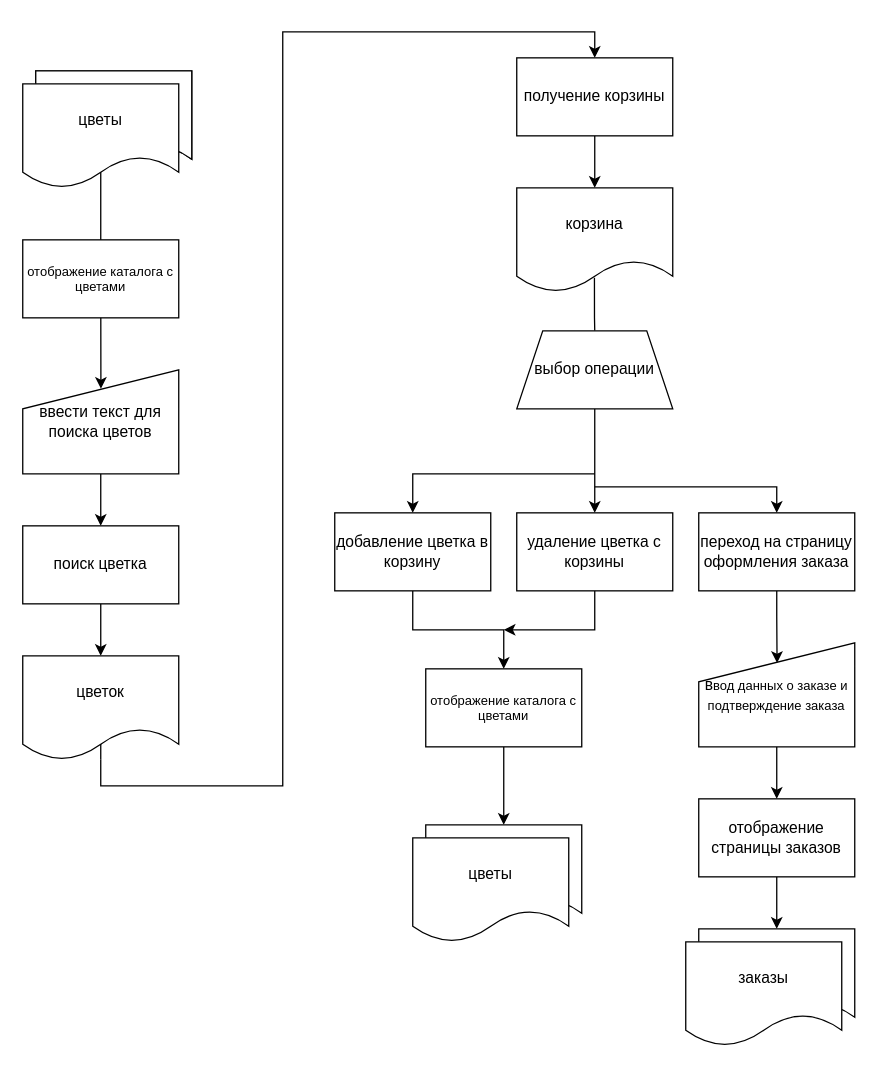
The draw.io diagram Docs/diagrams/схема_данных.drawio in nikail23/Diplom, before the edit. Source tidied: cells renumbered, new cells numbered last; positions are measured from the earlier drawing's top-left corner, leaving out a move shared by most shapes. Both pictures are drawn from the tidied source at 130%, with x=0, y=0 at pixel (22, 31).
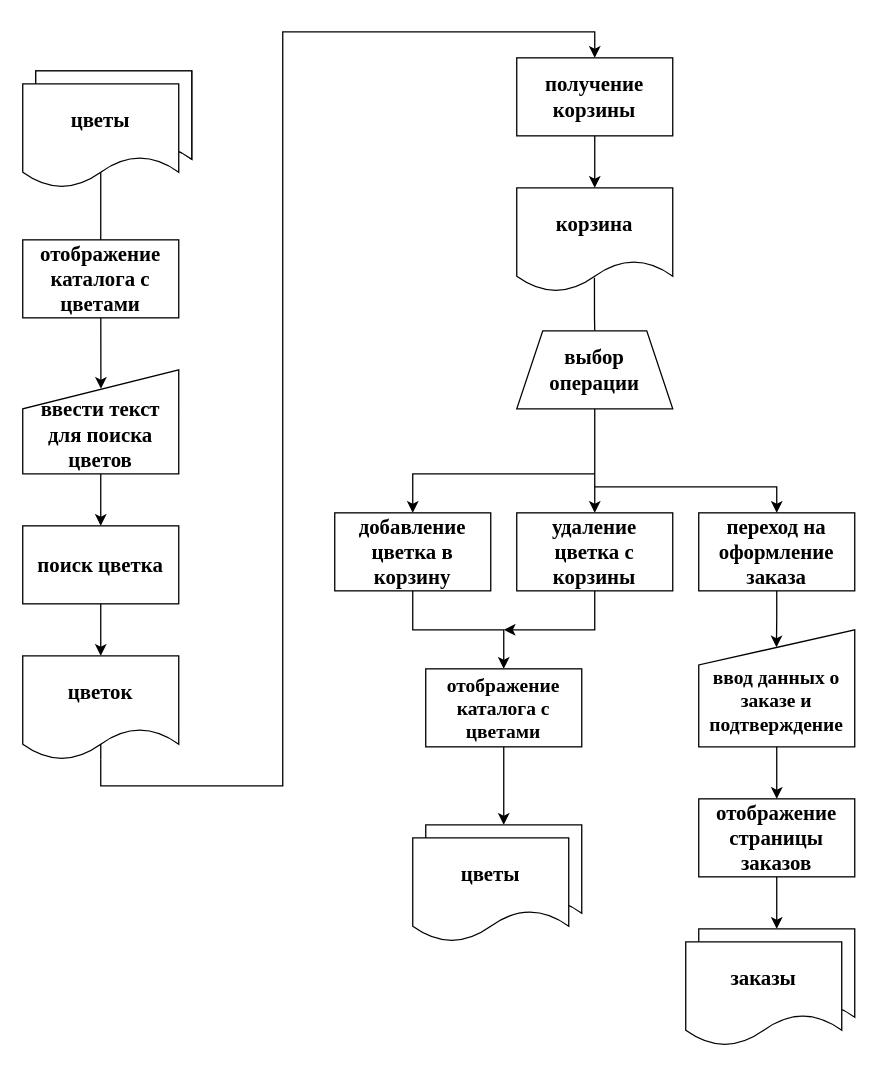
The same page after the edit.

The edit, as a diff of the source:
```diff
@@
-    <mxCell id="5" value="цветы" style="shape=document;whiteSpace=wrap;html=1;boundedLbl=1;" parent="1" vertex="1">
+    <mxCell id="5" value="&lt;font face=&quot;Times New Roman&quot; style=&quot;font-size: 16px&quot;&gt;&lt;b&gt;цветы&lt;/b&gt;&lt;/font&gt;" style="shape=document;whiteSpace=wrap;html=1;boundedLbl=1;" parent="1" vertex="1">
       <mxGeometry y="40" width="120" height="80" as="geometry" />
     </mxCell>
@@
-    <mxCell id="7" value="ввести текст для поиска цветов" style="shape=manualInput;whiteSpace=wrap;html=1;" parent="1" vertex="1">
+    <mxCell id="7" value="&lt;font face=&quot;Times New Roman&quot; style=&quot;font-size: 16px&quot;&gt;&lt;b&gt;&lt;br&gt;ввести текст для поиска цветов&lt;/b&gt;&lt;/font&gt;" style="shape=manualInput;whiteSpace=wrap;html=1;" parent="1" vertex="1">
       <mxGeometry y="260" width="120" height="80" as="geometry" />
     </mxCell>
@@
-    <mxCell id="9" value="поиск цветка" style="rounded=0;whiteSpace=wrap;html=1;" parent="1" vertex="1">
+    <mxCell id="9" value="&lt;font face=&quot;Times New Roman&quot; style=&quot;font-size: 16px&quot;&gt;&lt;b&gt;поиск цветка&lt;/b&gt;&lt;/font&gt;" style="rounded=0;whiteSpace=wrap;html=1;" parent="1" vertex="1">
       <mxGeometry y="380" width="120" height="60" as="geometry" />
     </mxCell>
@@
-    <mxCell id="11" value="цветок" style="shape=document;whiteSpace=wrap;html=1;boundedLbl=1;" parent="1" vertex="1">
+    <mxCell id="11" value="&lt;font style=&quot;font-size: 16px&quot; face=&quot;Times New Roman&quot;&gt;&lt;b&gt;цветок&lt;/b&gt;&lt;/font&gt;" style="shape=document;whiteSpace=wrap;html=1;boundedLbl=1;" parent="1" vertex="1">
       <mxGeometry y="480" width="120" height="80" as="geometry" />
     </mxCell>
@@
-    <mxCell id="14" value="добавление цветка в корзину" style="rounded=0;whiteSpace=wrap;html=1;" parent="1" vertex="1">
+    <mxCell id="14" value="&lt;font face=&quot;Times New Roman&quot; style=&quot;font-size: 16px&quot;&gt;&lt;b&gt;добавление цветка в корзину&lt;/b&gt;&lt;/font&gt;" style="rounded=0;whiteSpace=wrap;html=1;" parent="1" vertex="1">
       <mxGeometry x="240" y="370" width="120" height="60" as="geometry" />
     </mxCell>
@@
-    <mxCell id="16" value="удаление цветка с корзины" style="rounded=0;whiteSpace=wrap;html=1;" parent="1" vertex="1">
+    <mxCell id="16" value="&lt;font style=&quot;font-size: 16px&quot; face=&quot;Times New Roman&quot;&gt;&lt;b&gt;удаление цветка с корзины&lt;/b&gt;&lt;/font&gt;" style="rounded=0;whiteSpace=wrap;html=1;" parent="1" vertex="1">
       <mxGeometry x="380" y="370" width="120" height="60" as="geometry" />
     </mxCell>
-    <mxCell id="17" style="edgeStyle=orthogonalEdgeStyle;rounded=0;jettySize=auto;html=1;exitX=0.5;exitY=1;exitDx=0;exitDy=0;entryX=0.502;entryY=0.193;entryDx=0;entryDy=0;endArrow=classic;endFill=1;entryPerimeter=0;" parent="1" edge="1" source="18" target="28">
+    <mxCell id="17" style="edgeStyle=orthogonalEdgeStyle;rounded=0;jettySize=auto;html=1;exitX=0.5;exitY=1;exitDx=0;exitDy=0;endArrow=classic;endFill=1;entryX=0.498;entryY=0.149;entryDx=0;entryDy=0;entryPerimeter=0;" parent="1" edge="1" source="18" target="28">
       <mxGeometry relative="1" as="geometry" />
     </mxCell>
-    <mxCell id="18" value="переход на страницу оформления заказа" style="rounded=0;whiteSpace=wrap;html=1;" parent="1" vertex="1">
+    <mxCell id="18" value="&lt;font face=&quot;Times New Roman&quot; style=&quot;font-size: 16px&quot;&gt;&lt;b&gt;переход на оформление заказа&lt;/b&gt;&lt;/font&gt;" style="rounded=0;whiteSpace=wrap;html=1;" parent="1" vertex="1">
       <mxGeometry x="520" y="370" width="120" height="60" as="geometry" />
     </mxCell>
@@
-    <mxCell id="21" value="корзина" style="shape=document;whiteSpace=wrap;html=1;boundedLbl=1;" parent="1" vertex="1">
+    <mxCell id="21" value="&lt;font style=&quot;font-size: 16px&quot; face=&quot;Times New Roman&quot;&gt;&lt;b&gt;корзина&lt;/b&gt;&lt;/font&gt;" style="shape=document;whiteSpace=wrap;html=1;boundedLbl=1;" parent="1" vertex="1">
       <mxGeometry x="380" y="120" width="120" height="80" as="geometry" />
     </mxCell>
@@
-    <mxCell id="25" value="получение корзины" style="rounded=0;whiteSpace=wrap;html=1;" parent="1" vertex="1">
+    <mxCell id="25" value="&lt;font style=&quot;font-size: 16px&quot; face=&quot;Times New Roman&quot;&gt;&lt;b&gt;получение корзины&lt;/b&gt;&lt;/font&gt;" style="rounded=0;whiteSpace=wrap;html=1;" parent="1" vertex="1">
       <mxGeometry x="380" y="20" width="120" height="60" as="geometry" />
     </mxCell>
-    <mxCell id="26" value="выбор операции" style="shape=trapezoid;perimeter=trapezoidPerimeter;whiteSpace=wrap;html=1;fixedSize=1;" parent="1" vertex="1">
+    <mxCell id="26" value="&lt;font style=&quot;font-size: 16px&quot; face=&quot;Times New Roman&quot;&gt;&lt;b&gt;выбор операции&lt;/b&gt;&lt;/font&gt;" style="shape=trapezoid;perimeter=trapezoidPerimeter;whiteSpace=wrap;html=1;fixedSize=1;" parent="1" vertex="1">
       <mxGeometry x="380" y="230" width="120" height="60" as="geometry" />
     </mxCell>
@@
-    <mxCell id="28" value="&lt;div&gt;&lt;span&gt;в&lt;font style=&quot;font-size: 10px&quot;&gt;вод данных о заказе и подтверждение заказа&lt;/font&gt;&lt;/span&gt;&lt;/div&gt;" style="shape=manualInput;whiteSpace=wrap;html=1;align=center;" parent="1" vertex="1">
-      <mxGeometry x="520" y="470" width="120" height="80" as="geometry" />
+    <mxCell id="28" value="&lt;div&gt;&lt;span style=&quot;font-size: 15px&quot;&gt;&lt;font face=&quot;Times New Roman&quot; style=&quot;font-size: 15px&quot;&gt;&lt;b&gt;&lt;br&gt;&lt;/b&gt;&lt;/font&gt;&lt;/span&gt;&lt;/div&gt;&lt;div&gt;&lt;span style=&quot;font-size: 15px&quot;&gt;&lt;font face=&quot;Times New Roman&quot; style=&quot;font-size: 15px&quot;&gt;&lt;b&gt;в&lt;font style=&quot;font-size: 15px&quot;&gt;вод данных о заказе и подтверждение&lt;/font&gt;&lt;/b&gt;&lt;/font&gt;&lt;/span&gt;&lt;/div&gt;" style="shape=manualInput;whiteSpace=wrap;html=1;align=center;size=27;" parent="1" vertex="1">
+      <mxGeometry x="520" y="460" width="120" height="90" as="geometry" />
     </mxCell>
@@
-    <mxCell id="30" value="отображение страницы заказов" style="rounded=0;whiteSpace=wrap;html=1;" parent="1" vertex="1">
+    <mxCell id="30" value="&lt;font style=&quot;font-size: 16px&quot; face=&quot;Times New Roman&quot;&gt;&lt;b&gt;отображение страницы заказов&lt;/b&gt;&lt;/font&gt;" style="rounded=0;whiteSpace=wrap;html=1;" parent="1" vertex="1">
       <mxGeometry x="520" y="590" width="120" height="60" as="geometry" />
     </mxCell>
@@
-    <mxCell id="32" value="заказы" style="shape=document;whiteSpace=wrap;html=1;boundedLbl=1;" parent="1" vertex="1">
+    <mxCell id="32" value="&lt;font face=&quot;Times New Roman&quot; style=&quot;font-size: 16px&quot;&gt;&lt;b&gt;заказы&lt;/b&gt;&lt;/font&gt;" style="shape=document;whiteSpace=wrap;html=1;boundedLbl=1;" parent="1" vertex="1">
       <mxGeometry x="510" y="700" width="120" height="80" as="geometry" />
     </mxCell>
-    <mxCell id="33" value="отображение каталога с цветами" style="rounded=0;whiteSpace=wrap;html=1;fontSize=10;" parent="1" vertex="1">
+    <mxCell id="33" value="&lt;font style=&quot;font-size: 16px&quot; face=&quot;Times New Roman&quot;&gt;&lt;b&gt;отображение каталога с цветами&lt;/b&gt;&lt;/font&gt;" style="rounded=0;whiteSpace=wrap;html=1;fontSize=10;" parent="1" vertex="1">
       <mxGeometry y="160" width="120" height="60" as="geometry" />
     </mxCell>
@@
-    <mxCell id="35" value="отображение каталога с цветами" style="rounded=0;whiteSpace=wrap;html=1;fontSize=10;" parent="1" vertex="1">
+    <mxCell id="35" value="&lt;font style=&quot;font-size: 15px&quot; face=&quot;Times New Roman&quot;&gt;&lt;b&gt;отображение каталога с цветами&lt;/b&gt;&lt;/font&gt;" style="rounded=0;whiteSpace=wrap;html=1;fontSize=10;" parent="1" vertex="1">
       <mxGeometry x="310" y="490" width="120" height="60" as="geometry" />
     </mxCell>
@@
-    <mxCell id="37" value="цветы" style="shape=document;whiteSpace=wrap;html=1;boundedLbl=1;" parent="1" vertex="1">
+    <mxCell id="37" value="&lt;font face=&quot;Times New Roman&quot; size=&quot;1&quot;&gt;&lt;b style=&quot;font-size: 16px&quot;&gt;цветы&lt;/b&gt;&lt;/font&gt;" style="shape=document;whiteSpace=wrap;html=1;boundedLbl=1;" parent="1" vertex="1">
       <mxGeometry x="300" y="620" width="120" height="80" as="geometry" />
     </mxCell>
```
